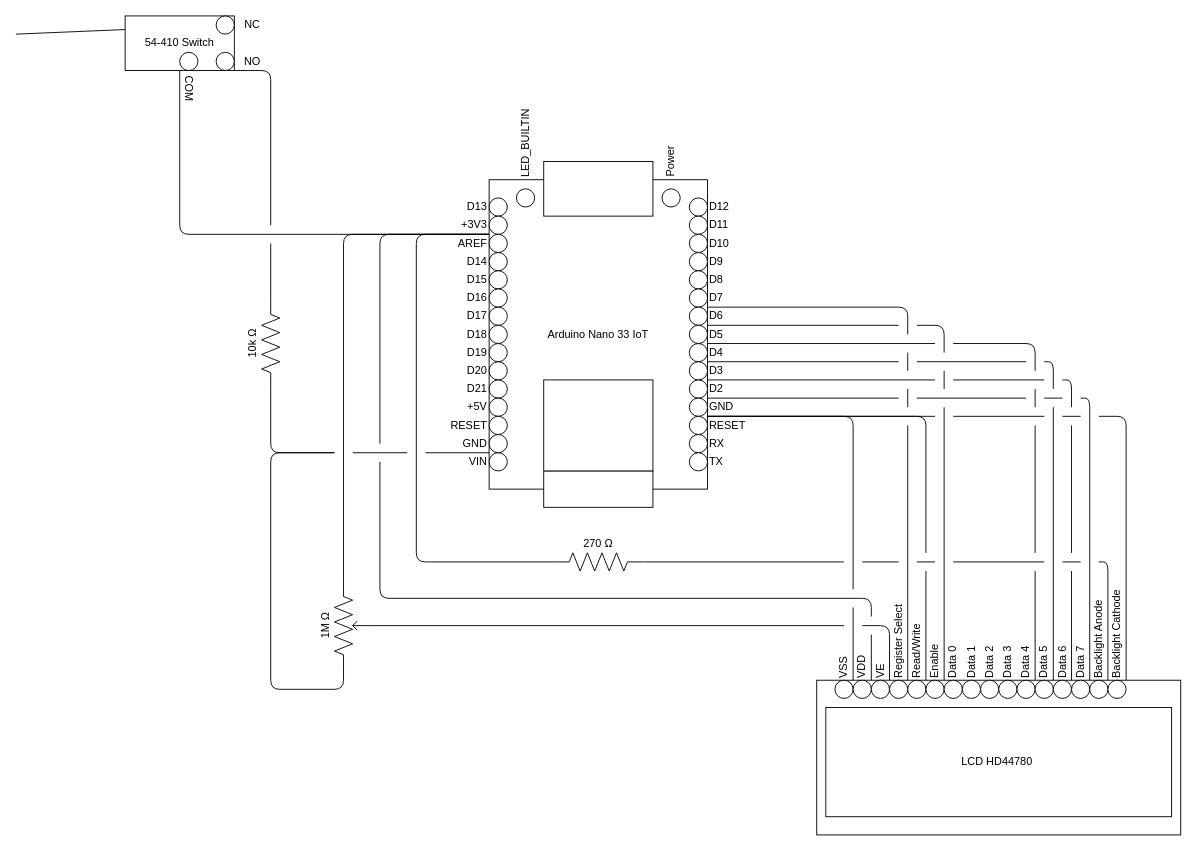
Matt-and-Gib/gleemail keeps this draw.io diagram as wiring diagram.drawio. Above is the earlier version. Source tidied: cells renumbered, new cells numbered last; positions are measured from the earlier drawing's top-left corner, leaving out a move shared by most shapes. Both pictures are drawn from the tidied source at 91%, with x=0, y=0 at pixel (15, 15).
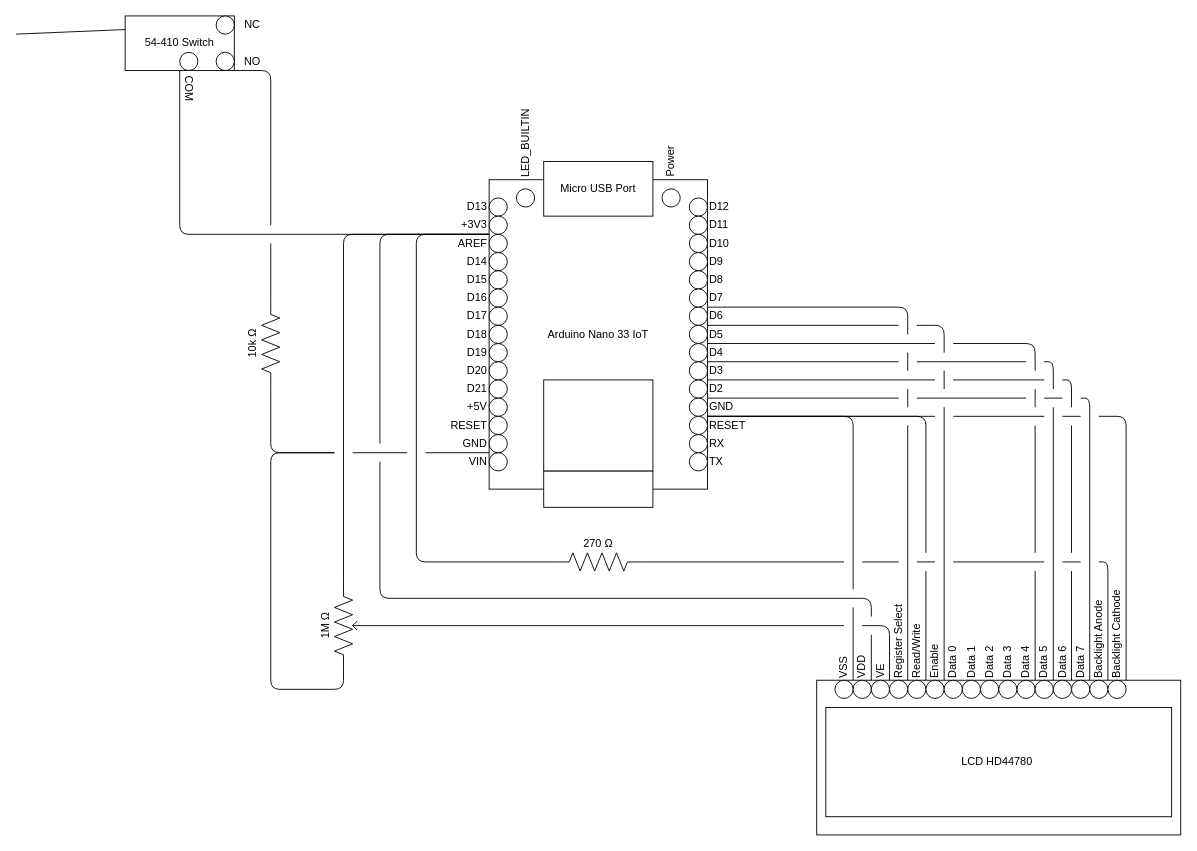
Above is the later version.

Commit message:
Improved labels and added new background layer

The edit, as a diff of the source:
```diff
@@
+    <mxCell id="176" parent="0" />
@@
-    <mxCell id="3" style="rounded=0;whiteSpace=wrap;html=1;" parent="1" vertex="1">
+    <mxCell id="3" value="Micro USB Port" style="rounded=0;whiteSpace=wrap;html=1;" parent="1" vertex="1">
       <mxGeometry x="580" y="160" width="120" height="60" as="geometry" />
     </mxCell>
```
